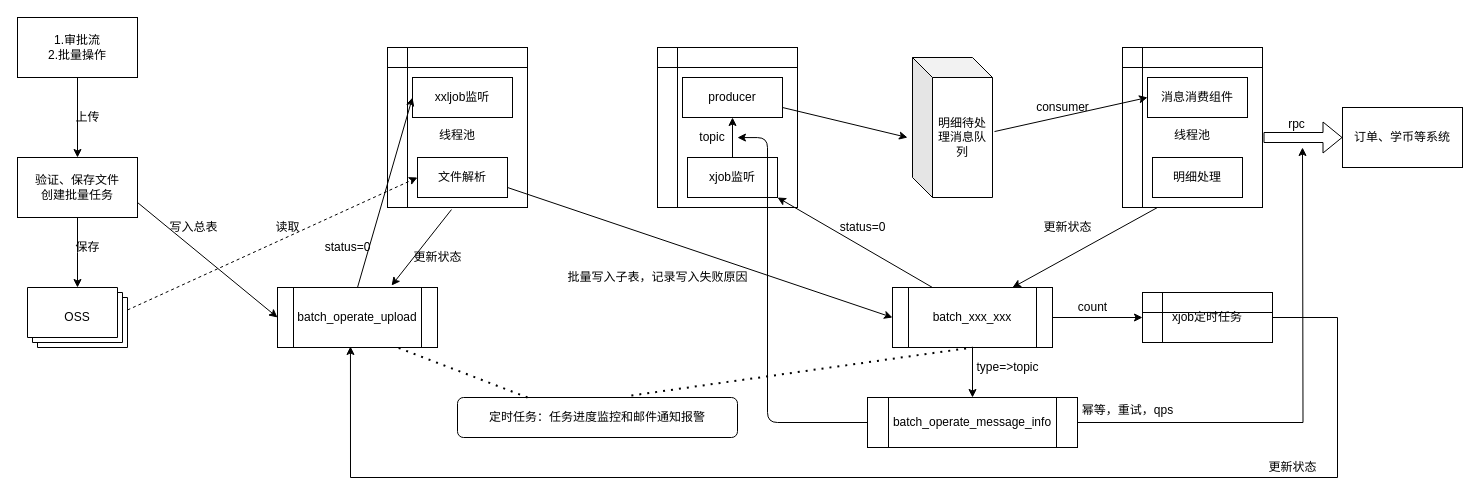
Before: batch_operate_upload.drawio in mirai3zZ/mojito, a draw.io diagram. Source tidied: cells renumbered, new cells numbered last; positions are measured from the earlier drawing's top-left corner, leaving out a move shared by most shapes. Both pictures are drawn from the tidied source at 100%, with x=0, y=0 at pixel (17, 17).
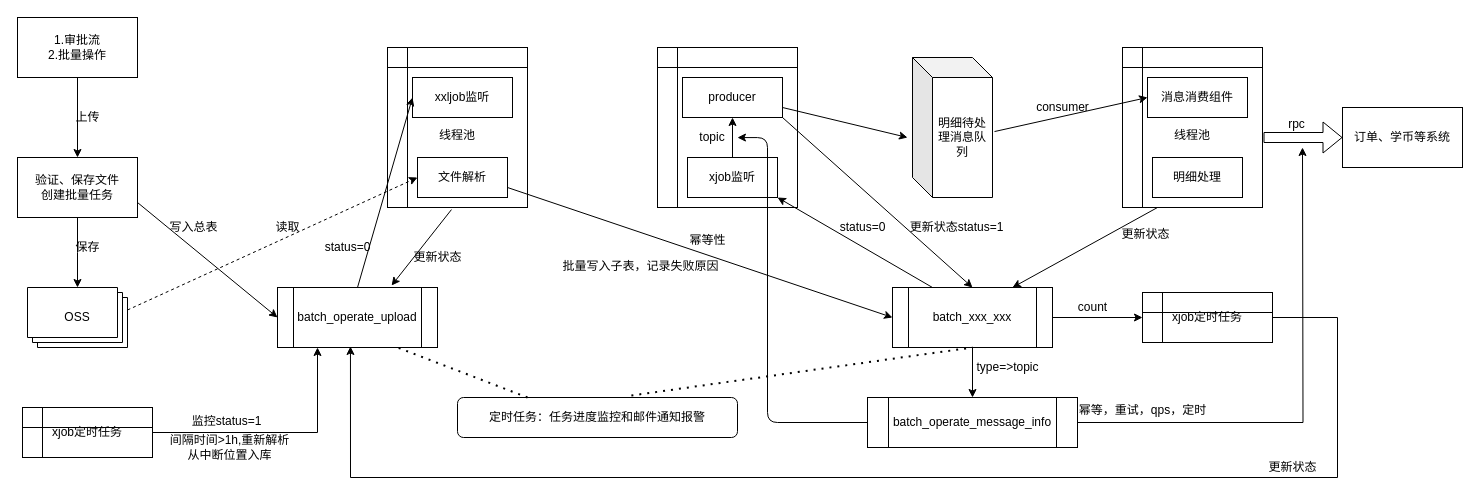
After the change.

The change refers to these unchanged cells:
```xml
<mxCell id="9" value="batch_operate_upload" style="shape=process;whiteSpace=wrap;html=1;backgroundOutline=1;" parent="1" vertex="1">
  <mxGeometry x="260" y="270" width="160" height="60" as="geometry" />
</mxCell>
<mxCell id="29" value="batch_xxx_xxx" style="shape=process;whiteSpace=wrap;html=1;backgroundOutline=1;" parent="1" vertex="1">
  <mxGeometry x="875" y="270" width="160" height="60" as="geometry" />
</mxCell>
<mxCell id="50" value="&lt;span&gt;producer&lt;/span&gt;" style="rounded=0;whiteSpace=wrap;html=1;" parent="1" vertex="1">
  <mxGeometry x="665" y="60" width="100" height="40" as="geometry" />
</mxCell>
```

What changed in the source:
```diff
@@
-    <mxCell id="30" value="批量写入子表，记录写入失败原因" style="text;html=1;align=center;verticalAlign=middle;" parent="1" vertex="1">
-      <mxGeometry x="540" y="250" width="200" height="20" as="geometry" />
+    <mxCell id="30" value="批量写入子表，记录失败原因" style="text;html=1;align=center;verticalAlign=middle;" parent="1" vertex="1">
+      <mxGeometry x="538" y="239" width="170" height="20" as="geometry" />
     </mxCell>
@@
     <mxCell id="32" value="更新状态" style="text;html=1;align=center;verticalAlign=middle;" parent="1" vertex="1">
-      <mxGeometry x="1020" y="200" width="60" height="20" as="geometry" />
+      <mxGeometry x="1098" y="207" width="60" height="20" as="geometry" />
     </mxCell>
@@
-    <mxCell id="47" value="幂等，重试，qps" style="text;html=1;align=center;verticalAlign=middle;" parent="1" vertex="1">
-      <mxGeometry x="1055" y="383" width="110" height="20" as="geometry" />
+    <mxCell id="47" value="幂等，重试，qps，定时" style="text;html=1;align=center;verticalAlign=middle;" parent="1" vertex="1">
+      <mxGeometry x="1055" y="383" width="140" height="20" as="geometry" />
     </mxCell>
@@
+    <mxCell id="58" style="edgeStyle=orthogonalEdgeStyle;rounded=0;jettySize=auto;html=1;entryX=0.25;entryY=1;entryDx=0;entryDy=0;" parent="1" edge="1" source="59" target="9">
+      <mxGeometry relative="1" as="geometry" />
+    </mxCell>
+    <mxCell id="59" value="xjob定时任务" style="shape=internalStorage;whiteSpace=wrap;html=1;backgroundOutline=1;" parent="1" vertex="1">
+      <mxGeometry x="5" y="390" width="130" height="50" as="geometry" />
+    </mxCell>
+    <mxCell id="60" value="监控status=1" style="text;html=1;align=center;verticalAlign=middle;" parent="1" vertex="1">
+      <mxGeometry x="164" y="394" width="90" height="20" as="geometry" />
+    </mxCell>
+    <mxCell id="61" value="间隔时间&amp;gt;1h,重新解析&lt;br&gt;从中断位置入库" style="text;html=1;align=center;verticalAlign=middle;" parent="1" vertex="1">
+      <mxGeometry x="142" y="415" width="140" height="30" as="geometry" />
+    </mxCell>
+    <mxCell id="62" style="endArrow=classic;html=1;exitX=1;exitY=1;exitDx=0;exitDy=0;entryX=0.5;entryY=0;entryDx=0;entryDy=0;" parent="1" edge="1" source="50" target="29">
+      <mxGeometry relative="1" as="geometry" />
+    </mxCell>
+    <mxCell id="63" value="更新状态status=1" style="text;html=1;align=center;verticalAlign=middle;" parent="1" vertex="1">
+      <mxGeometry x="884" y="200" width="110" height="20" as="geometry" />
+    </mxCell>
+    <mxCell id="64" value="幂等性" style="text;html=1;align=center;verticalAlign=middle;" parent="1" vertex="1">
+      <mxGeometry x="665" y="213" width="50" height="20" as="geometry" />
+    </mxCell>
```
